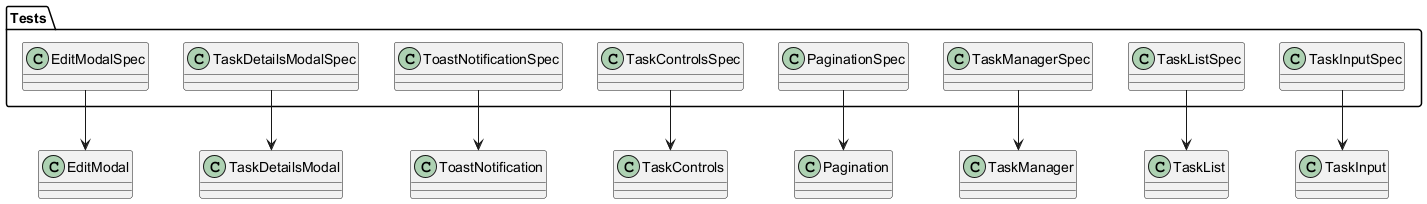
Before: docs/images/TestsOverall.png, a diagram exported from PlantUML (Takayuki-Suda/nuxt-todo-app-document). Source of this version:
```plantuml
@startuml
package "Tests" {
  class EditModalSpec
  class TaskDetailsModalSpec
  class ToastNotificationSpec
  class TaskControlsSpec
  class PaginationSpec
  class TaskManagerSpec
  class TaskListSpec
  class TaskInputSpec
}

EditModalSpec --> EditModal
TaskDetailsModalSpec --> TaskDetailsModal
ToastNotificationSpec --> ToastNotification
TaskControlsSpec --> TaskControls
PaginationSpec --> Pagination
TaskManagerSpec --> TaskManager
TaskListSpec --> TaskList
TaskInputSpec --> TaskInput
@enduml
```
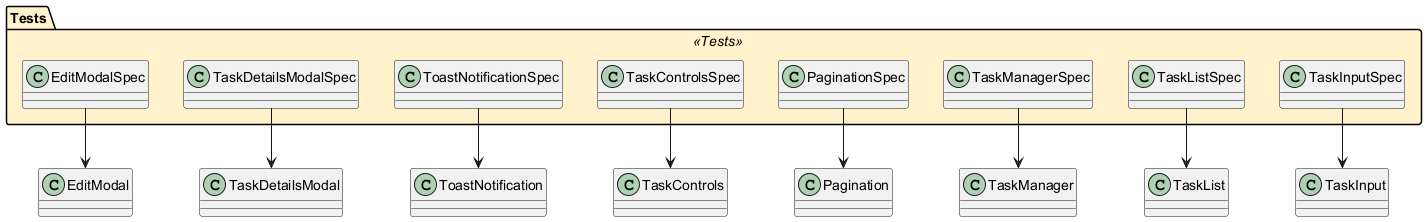
Above is the later version.

Diff of the diagram source:
```diff
@@ -1,5 +1,9 @@
 @startuml
-package "Tests" {
+skinparam package {
+  BackgroundColor<<Tests>> #FFF2CC
+}
+
+package "Tests" <<Tests>> {
   class EditModalSpec
   class TaskDetailsModalSpec
   class ToastNotificationSpec
```
